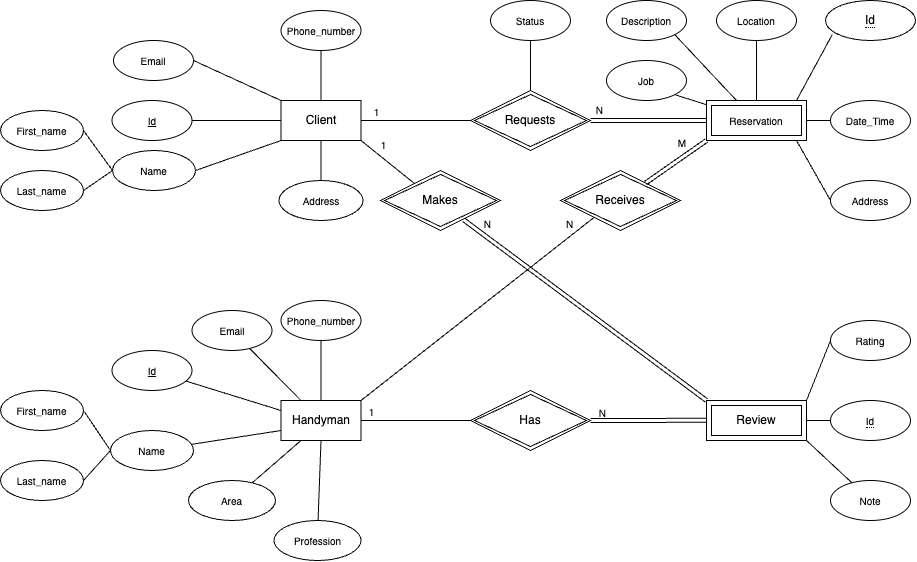
The draw.io diagram images/Entity_Relation.drawio.png in adityak714/mevn-app-handyman-finder, before a commit. Source tidied: cells renumbered, new cells last; positions are measured from the earlier drawing's top-left corner, leaving out a move shared by most shapes.
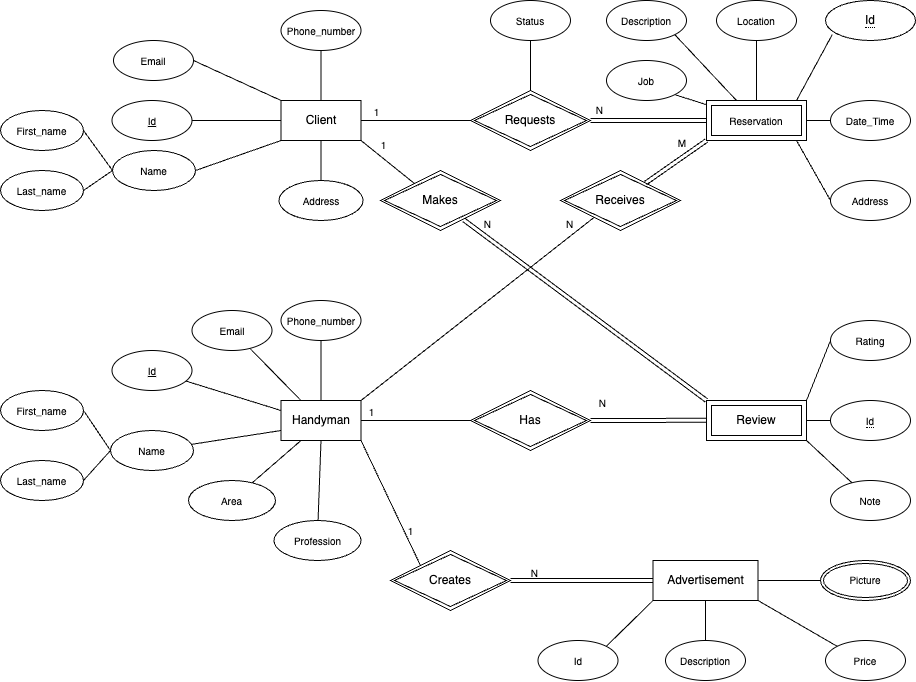
Later version of the same file.

Change to the diagram source:
```diff
@@ -240,7 +240,7 @@
     </mxCell>
     <mxCell id="70" value="N" style="html=1;align=right;verticalAlign=bottom;fontSize=10;fillColor=none;gradientColor=none;" parent="69" vertex="1">
       <mxGeometry x="1" relative="1" as="geometry">
-        <mxPoint x="-100" as="offset" />
+        <mxPoint x="-100" y="-10" as="offset" />
       </mxGeometry>
     </mxCell>
     <mxCell id="71" value="Receives" style="shape=rhombus;double=1;perimeter=rhombusPerimeter;whiteSpace=wrap;html=1;align=center;" parent="1" vertex="1">
@@ -264,5 +264,51 @@
         <mxPoint x="-20" y="10" as="offset" />
       </mxGeometry>
     </mxCell>
+    <mxCell id="76" style="edgeStyle=none;rounded=0;jettySize=auto;html=1;endArrow=none;endFill=0;" parent="1" edge="1" source="79" target="82">
+      <mxGeometry relative="1" as="geometry" />
+    </mxCell>
+    <mxCell id="77" style="edgeStyle=none;rounded=0;jettySize=auto;html=1;entryX=0;entryY=0.5;entryDx=0;entryDy=0;fontSize=10;endArrow=none;endFill=0;" parent="1" edge="1" source="79" target="83">
+      <mxGeometry relative="1" as="geometry" />
+    </mxCell>
+    <mxCell id="78" style="edgeStyle=none;rounded=0;jettySize=auto;html=1;exitX=0;exitY=1;exitDx=0;exitDy=0;entryX=1;entryY=0;entryDx=0;entryDy=0;fontSize=10;endArrow=none;endFill=0;" parent="1" edge="1" source="79" target="84">
+      <mxGeometry relative="1" as="geometry" />
+    </mxCell>
+    <mxCell id="79" value="Advertisement" style="rounded=0;whiteSpace=wrap;html=1;" parent="1" vertex="1">
+      <mxGeometry x="652.5" y="560" width="105" height="40" as="geometry" />
+    </mxCell>
+    <mxCell id="80" style="rounded=0;jettySize=auto;html=1;entryX=1;entryY=1;entryDx=0;entryDy=0;exitX=0;exitY=0;exitDx=0;exitDy=0;endArrow=none;endFill=0;" parent="1" edge="1" source="81" target="79">
+      <mxGeometry relative="1" as="geometry" />
+    </mxCell>
+    <mxCell id="81" value="Price" style="ellipse;whiteSpace=wrap;html=1;align=center;fontSize=10;" parent="1" vertex="1">
+      <mxGeometry x="825" y="640" width="80" height="40" as="geometry" />
+    </mxCell>
+    <mxCell id="82" value="Description" style="ellipse;whiteSpace=wrap;html=1;align=center;fontSize=10;" parent="1" vertex="1">
+      <mxGeometry x="665" y="640" width="80" height="40" as="geometry" />
+    </mxCell>
+    <mxCell id="83" value="&lt;font style=&quot;font-size: 10px;&quot;&gt;Picture&lt;/font&gt;" style="ellipse;shape=doubleEllipse;margin=3;whiteSpace=wrap;html=1;align=center;" parent="1" vertex="1">
+      <mxGeometry x="820" y="560" width="90" height="40" as="geometry" />
+    </mxCell>
+    <mxCell id="84" value="Id" style="ellipse;whiteSpace=wrap;html=1;align=center;fontSize=10;" parent="1" vertex="1">
+      <mxGeometry x="537.5" y="640" width="80" height="40" as="geometry" />
+    </mxCell>
+    <mxCell id="85" style="edgeStyle=none;rounded=0;jettySize=auto;html=1;exitX=0;exitY=0;exitDx=0;exitDy=0;entryX=1;entryY=1;entryDx=0;entryDy=0;fontSize=10;endArrow=none;endFill=0;" parent="1" edge="1" source="87" target="14">
+      <mxGeometry relative="1" as="geometry" />
+    </mxCell>
+    <mxCell id="86" value="1" style="edgeLabel;html=1;align=center;verticalAlign=middle;fontSize=10;" parent="85" vertex="1">
+      <mxGeometry x="-0.49" y="-1" relative="1" as="geometry">
+        <mxPoint x="4" y="-3" as="offset" />
+      </mxGeometry>
+    </mxCell>
+    <mxCell id="87" value="Creates" style="shape=rhombus;double=1;perimeter=rhombusPerimeter;whiteSpace=wrap;html=1;align=center;" parent="1" vertex="1">
+      <mxGeometry x="390" y="550" width="120" height="60" as="geometry" />
+    </mxCell>
+    <mxCell id="88" style="shape=link;html=1;rounded=0;fontSize=10;endArrow=none;endFill=0;jumpStyle=arc;entryX=0;entryY=0.5;entryDx=0;entryDy=0;exitX=1;exitY=0.5;exitDx=0;exitDy=0;" parent="1" edge="1" source="87" target="79">
+      <mxGeometry relative="1" as="geometry" />
+    </mxCell>
+    <mxCell id="89" value="N" style="html=1;align=right;verticalAlign=bottom;fontSize=10;fillColor=none;gradientColor=none;" parent="88" vertex="1">
+      <mxGeometry x="1" relative="1" as="geometry">
+        <mxPoint x="-115" as="offset" />
+      </mxGeometry>
+    </mxCell>
   </root>
 </mxGraphModel>
```
